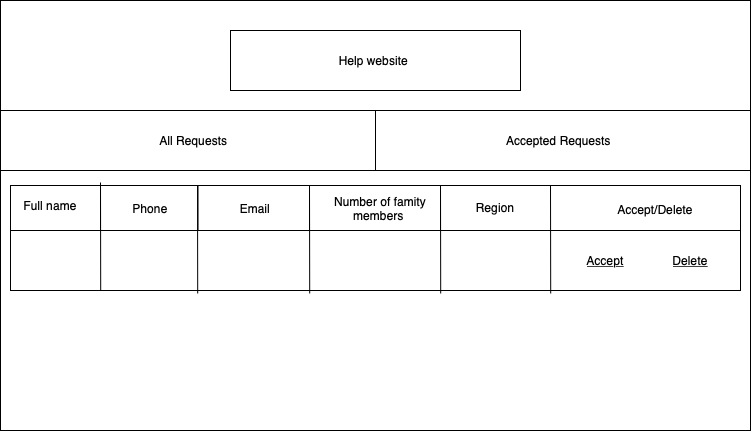
Before: help_website/imgs/all_request_page.png, a diagram exported from draw.io (AmirahAlmani/Help_website). Source tidied: cells renumbered, new cells last; positions are measured from the earlier drawing's top-left corner, leaving out a move shared by most shapes.
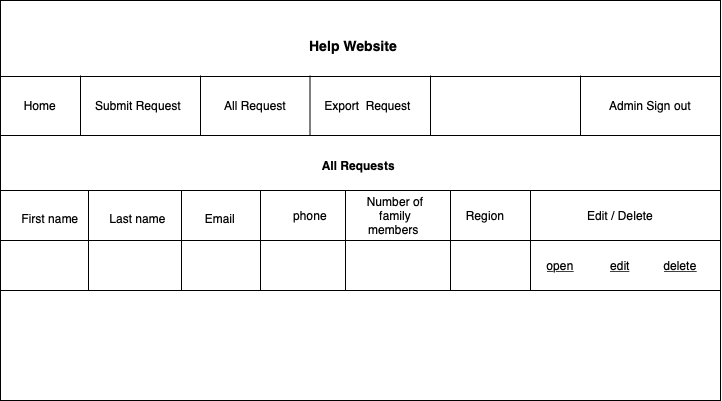
Later version of the same file.

Change to the diagram source:
```diff
@@ -2,109 +2,146 @@
   <root>
     <mxCell id="0" />
     <mxCell id="1" parent="0" />
-    <mxCell id="2" style="rounded=0;whiteSpace=wrap;html=1;" parent="1" vertex="1">
-      <mxGeometry width="750" height="430" as="geometry" />
-    </mxCell>
-    <mxCell id="3" style="rounded=0;whiteSpace=wrap;html=1;" parent="1" vertex="1">
-      <mxGeometry x="10" y="230" width="730" height="60" as="geometry" />
-    </mxCell>
-    <mxCell id="4" style="rounded=0;whiteSpace=wrap;html=1;" parent="1" vertex="1">
-      <mxGeometry x="230" y="30" width="290" height="60" as="geometry" />
-    </mxCell>
-    <mxCell id="5" value="Help website&amp;nbsp;" style="text;html=1;strokeColor=none;fillColor=none;align=center;verticalAlign=middle;whiteSpace=wrap;rounded=0;" parent="1" vertex="1">
-      <mxGeometry x="250" y="50" width="250" height="20" as="geometry" />
-    </mxCell>
-    <mxCell id="6" style="rounded=0;whiteSpace=wrap;html=1;" parent="1" vertex="1">
-      <mxGeometry y="110" width="750" height="60" as="geometry" />
-    </mxCell>
-    <mxCell id="7" style="endArrow=none;html=1;entryX=0.5;entryY=0;entryDx=0;entryDy=0;exitX=0.5;exitY=1;exitDx=0;exitDy=0;" parent="1" edge="1" source="6" target="6">
-      <mxGeometry relative="1" as="geometry" />
-    </mxCell>
-    <mxCell id="8" value="Accepted Requests&amp;nbsp;" style="text;html=1;strokeColor=none;fillColor=none;align=center;verticalAlign=middle;whiteSpace=wrap;rounded=0;" parent="1" vertex="1">
-      <mxGeometry x="480" y="130" width="160" height="20" as="geometry" />
-    </mxCell>
+    <mxCell id="28" style="rounded=0;whiteSpace=wrap;html=1;" parent="1" vertex="1">
+      <mxGeometry x="10" y="10" width="720" height="400" as="geometry" />
+    </mxCell>
+    <mxCell id="29" style="rounded=0;whiteSpace=wrap;html=1;" parent="1" vertex="1">
+      <mxGeometry x="545" y="260" width="50" height="30" as="geometry" />
+    </mxCell>
+    <mxCell id="30" style="endArrow=none;html=1;exitX=0;exitY=0.25;exitDx=0;exitDy=0;entryX=1;entryY=0.25;entryDx=0;entryDy=0;" parent="1" edge="1">
+      <mxGeometry relative="1" as="geometry">
+        <mxPoint x="10" y="86" as="sourcePoint" />
+        <mxPoint x="730" y="86" as="targetPoint" />
+      </mxGeometry>
+    </mxCell>
+    <mxCell id="31" style="endArrow=none;html=1;exitX=0;exitY=0.25;exitDx=0;exitDy=0;entryX=1;entryY=0.25;entryDx=0;entryDy=0;" parent="1" edge="1">
+      <mxGeometry relative="1" as="geometry">
+        <mxPoint x="10" y="145" as="sourcePoint" />
+        <mxPoint x="730" y="145" as="targetPoint" />
+      </mxGeometry>
+    </mxCell>
+    <mxCell id="32" value="&lt;b&gt;&lt;font style=&quot;font-size: 14px&quot;&gt;Help Website&amp;nbsp;&lt;/font&gt;&lt;/b&gt;" style="text;html=1;strokeColor=none;fillColor=none;align=center;verticalAlign=middle;whiteSpace=wrap;rounded=0;" parent="1" vertex="1">
+      <mxGeometry x="230" y="30" width="270" height="50" as="geometry" />
+    </mxCell>
+    <mxCell id="33" style="endArrow=none;html=1;" parent="1" edge="1">
+      <mxGeometry relative="1" as="geometry">
+        <mxPoint x="90" y="145" as="sourcePoint" />
+        <mxPoint x="90" y="85" as="targetPoint" />
+      </mxGeometry>
+    </mxCell>
+    <mxCell id="34" value="Home" style="text;html=1;strokeColor=none;fillColor=none;align=center;verticalAlign=middle;whiteSpace=wrap;rounded=0;" parent="1" vertex="1">
+      <mxGeometry x="10" y="100" width="80" height="30" as="geometry" />
+    </mxCell>
+    <mxCell id="35" style="endArrow=none;html=1;" parent="1" edge="1">
+      <mxGeometry relative="1" as="geometry">
+        <mxPoint x="210" y="145" as="sourcePoint" />
+        <mxPoint x="210" y="85" as="targetPoint" />
+      </mxGeometry>
+    </mxCell>
+    <mxCell id="36" value="Submit Request" style="text;html=1;strokeColor=none;fillColor=none;align=center;verticalAlign=middle;whiteSpace=wrap;rounded=0;" parent="1" vertex="1">
+      <mxGeometry x="92.5" y="100" width="110" height="30" as="geometry" />
+    </mxCell>
+    <mxCell id="37" style="endArrow=none;html=1;" parent="1" edge="1">
+      <mxGeometry relative="1" as="geometry">
+        <mxPoint x="590" y="145" as="sourcePoint" />
+        <mxPoint x="590" y="85" as="targetPoint" />
+      </mxGeometry>
+    </mxCell>
+    <mxCell id="38" value="Admin Sign out" style="text;html=1;strokeColor=none;fillColor=none;align=center;verticalAlign=middle;whiteSpace=wrap;rounded=0;" parent="1" vertex="1">
+      <mxGeometry x="600" y="100" width="120" height="30" as="geometry" />
+    </mxCell>
+    <mxCell id="39" style="rounded=0;whiteSpace=wrap;html=1;" parent="1" vertex="1">
+      <mxGeometry x="10" y="200" width="720" height="50" as="geometry" />
+    </mxCell>
+    <mxCell id="40" style="rounded=0;whiteSpace=wrap;html=1;" parent="1" vertex="1">
+      <mxGeometry x="10" y="250" width="720" height="50" as="geometry" />
+    </mxCell>
+    <mxCell id="41" style="endArrow=none;html=1;entryX=0.25;entryY=0;entryDx=0;entryDy=0;exitX=0.25;exitY=1;exitDx=0;exitDy=0;" parent="1" edge="1">
+      <mxGeometry relative="1" as="geometry">
+        <mxPoint x="98" y="300" as="sourcePoint" />
+        <mxPoint x="98" y="200" as="targetPoint" />
+      </mxGeometry>
+    </mxCell>
+    <mxCell id="42" style="endArrow=none;html=1;entryX=0.25;entryY=0;entryDx=0;entryDy=0;exitX=0.25;exitY=1;exitDx=0;exitDy=0;" parent="1" edge="1">
+      <mxGeometry relative="1" as="geometry">
+        <mxPoint x="191" y="300" as="sourcePoint" />
+        <mxPoint x="191" y="200" as="targetPoint" />
+      </mxGeometry>
+    </mxCell>
+    <mxCell id="43" style="endArrow=none;html=1;entryX=0.25;entryY=0;entryDx=0;entryDy=0;exitX=0.25;exitY=1;exitDx=0;exitDy=0;" parent="1" edge="1">
+      <mxGeometry relative="1" as="geometry">
+        <mxPoint x="270" y="300" as="sourcePoint" />
+        <mxPoint x="270" y="200" as="targetPoint" />
+      </mxGeometry>
+    </mxCell>
+    <mxCell id="44" style="endArrow=none;html=1;entryX=0.25;entryY=0;entryDx=0;entryDy=0;exitX=0.25;exitY=1;exitDx=0;exitDy=0;" parent="1" edge="1">
+      <mxGeometry relative="1" as="geometry">
+        <mxPoint x="355" y="300" as="sourcePoint" />
+        <mxPoint x="355" y="200" as="targetPoint" />
+      </mxGeometry>
+    </mxCell>
+    <mxCell id="45" value="First name" style="text;html=1;strokeColor=none;fillColor=none;align=center;verticalAlign=middle;whiteSpace=wrap;rounded=0;" parent="1" vertex="1">
+      <mxGeometry x="20" y="215" width="80" height="25" as="geometry" />
+    </mxCell>
+    <mxCell id="46" value="Last name" style="text;html=1;strokeColor=none;fillColor=none;align=center;verticalAlign=middle;whiteSpace=wrap;rounded=0;" parent="1" vertex="1">
+      <mxGeometry x="100" y="212.5" width="95" height="30" as="geometry" />
+    </mxCell>
+    <mxCell id="16" value="Email" style="text;html=1;strokeColor=none;fillColor=none;align=center;verticalAlign=middle;whiteSpace=wrap;rounded=0;" parent="1" vertex="1">
+      <mxGeometry x="200" y="215" width="60" height="25" as="geometry" />
+    </mxCell>
+    <mxCell id="47" value="phone" style="text;html=1;strokeColor=none;fillColor=none;align=center;verticalAlign=middle;whiteSpace=wrap;rounded=0;" parent="1" vertex="1">
+      <mxGeometry x="285" y="210" width="70" height="30" as="geometry" />
+    </mxCell>
+    <mxCell id="48" style="endArrow=none;html=1;entryX=0.25;entryY=0;entryDx=0;entryDy=0;exitX=0.25;exitY=1;exitDx=0;exitDy=0;" parent="1" edge="1">
+      <mxGeometry relative="1" as="geometry">
+        <mxPoint x="460" y="300" as="sourcePoint" />
+        <mxPoint x="460" y="200" as="targetPoint" />
+      </mxGeometry>
+    </mxCell>
+    <mxCell id="49" value="Number of family members&amp;nbsp;" style="text;html=1;strokeColor=none;fillColor=none;align=center;verticalAlign=middle;whiteSpace=wrap;rounded=0;" parent="1" vertex="1">
+      <mxGeometry x="360" y="210" width="90" height="30" as="geometry" />
+    </mxCell>
+    <mxCell id="50" style="endArrow=none;html=1;entryX=0.25;entryY=0;entryDx=0;entryDy=0;exitX=0.25;exitY=1;exitDx=0;exitDy=0;" parent="1" edge="1">
+      <mxGeometry relative="1" as="geometry">
+        <mxPoint x="540" y="300" as="sourcePoint" />
+        <mxPoint x="540" y="200" as="targetPoint" />
+      </mxGeometry>
+    </mxCell>
+    <mxCell id="20" value="Region" style="text;html=1;strokeColor=none;fillColor=none;align=center;verticalAlign=middle;whiteSpace=wrap;rounded=0;" parent="1" vertex="1">
+      <mxGeometry x="460" y="210" width="70" height="30" as="geometry" />
+    </mxCell>
+    <mxCell id="51" value="Edit / Delete" style="text;html=1;strokeColor=none;fillColor=none;align=center;verticalAlign=middle;whiteSpace=wrap;rounded=0;" parent="1" vertex="1">
+      <mxGeometry x="570" y="210" width="120" height="30" as="geometry" />
+    </mxCell>
+    <mxCell id="52" value="&lt;u&gt;open&lt;/u&gt;" style="text;html=1;strokeColor=none;fillColor=none;align=center;verticalAlign=middle;whiteSpace=wrap;rounded=0;" parent="1" vertex="1">
+      <mxGeometry x="550" y="265" width="40" height="20" as="geometry" />
+    </mxCell>
+    <mxCell id="53" value="&lt;u&gt;edit&lt;/u&gt;" style="text;html=1;strokeColor=none;fillColor=none;align=center;verticalAlign=middle;whiteSpace=wrap;rounded=0;" parent="1" vertex="1">
+      <mxGeometry x="610" y="265" width="40" height="20" as="geometry" />
+    </mxCell>
+    <mxCell id="54" value="&lt;u&gt;delete&lt;/u&gt;" style="text;html=1;strokeColor=none;fillColor=none;align=center;verticalAlign=middle;whiteSpace=wrap;rounded=0;" parent="1" vertex="1">
+      <mxGeometry x="670" y="265" width="40" height="20" as="geometry" />
+    </mxCell>
+    <mxCell id="55" style="endArrow=none;html=1;" parent="1" edge="1">
+      <mxGeometry relative="1" as="geometry">
+        <mxPoint x="319.5" y="145" as="sourcePoint" />
+        <mxPoint x="319.5" y="85" as="targetPoint" />
+      </mxGeometry>
+    </mxCell>
+    <mxCell id="56" style="endArrow=none;html=1;" parent="1" edge="1">
+      <mxGeometry relative="1" as="geometry">
+        <mxPoint x="440" y="145" as="sourcePoint" />
+        <mxPoint x="440" y="85" as="targetPoint" />
+      </mxGeometry>
+    </mxCell>
+    <mxCell id="57" value="All Request" style="text;html=1;strokeColor=none;fillColor=none;align=center;verticalAlign=middle;whiteSpace=wrap;rounded=0;" parent="1" vertex="1">
+      <mxGeometry x="230" y="100" width="70" height="30" as="geometry" />
+    </mxCell>
+    <mxCell id="58" value="Export &amp;nbsp;Request" style="text;html=1;strokeColor=none;fillColor=none;align=center;verticalAlign=middle;whiteSpace=wrap;rounded=0;" parent="1" vertex="1">
+      <mxGeometry x="330" y="100" width="95" height="30" as="geometry" />
+    </mxCell>
-    <mxCell id="9" value="All Requests&amp;nbsp;" style="text;html=1;strokeColor=none;fillColor=none;align=center;verticalAlign=middle;whiteSpace=wrap;rounded=0;" parent="1" vertex="1">
-      <mxGeometry x="80" y="130" width="230" height="20" as="geometry" />
+    <mxCell id="9" value="&lt;b&gt;All Requests&amp;nbsp;&lt;/b&gt;" style="text;html=1;strokeColor=none;fillColor=none;align=center;verticalAlign=middle;whiteSpace=wrap;rounded=0;" parent="1" vertex="1">
+      <mxGeometry x="265" y="160" width="210" height="30" as="geometry" />
     </mxCell>
-    <mxCell id="10" style="rounded=0;whiteSpace=wrap;html=1;" parent="1" vertex="1">
-      <mxGeometry x="10" y="185" width="730" height="45" as="geometry" />
-    </mxCell>
-    <mxCell id="11" value="Full name" style="text;html=1;strokeColor=none;fillColor=none;align=center;verticalAlign=middle;whiteSpace=wrap;rounded=0;" parent="1" vertex="1">
-      <mxGeometry x="20" y="190" width="60" height="30" as="geometry" />
-    </mxCell>
-    <mxCell id="12" style="endArrow=none;html=1;exitX=0.25;exitY=1;exitDx=0;exitDy=0;entryX=0.25;entryY=0;entryDx=0;entryDy=0;" parent="1" edge="1">
-      <mxGeometry relative="1" as="geometry">
-        <mxPoint x="197.5" y="230" as="sourcePoint" />
-        <mxPoint x="197.5" y="185" as="targetPoint" />
-      </mxGeometry>
-    </mxCell>
-    <mxCell id="13" style="endArrow=none;html=1;exitX=0.25;exitY=1;exitDx=0;exitDy=0;entryX=0.25;entryY=0;entryDx=0;entryDy=0;" parent="1" edge="1">
-      <mxGeometry relative="1" as="geometry">
-        <mxPoint x="100" y="230" as="sourcePoint" />
-        <mxPoint x="100" y="185" as="targetPoint" />
-      </mxGeometry>
-    </mxCell>
-    <mxCell id="14" value="Phone" style="text;html=1;strokeColor=none;fillColor=none;align=center;verticalAlign=middle;whiteSpace=wrap;rounded=0;" parent="1" vertex="1">
-      <mxGeometry x="120" y="195" width="60" height="25" as="geometry" />
-    </mxCell>
-    <mxCell id="15" style="endArrow=none;html=1;exitX=0.25;exitY=1;exitDx=0;exitDy=0;entryX=0.25;entryY=0;entryDx=0;entryDy=0;" parent="1" edge="1">
-      <mxGeometry relative="1" as="geometry">
-        <mxPoint x="309" y="230" as="sourcePoint" />
-        <mxPoint x="309" y="185" as="targetPoint" />
-      </mxGeometry>
-    </mxCell>
-    <mxCell id="16" value="Email" style="text;html=1;strokeColor=none;fillColor=none;align=center;verticalAlign=middle;whiteSpace=wrap;rounded=0;" parent="1" vertex="1">
-      <mxGeometry x="210" y="192.5" width="90" height="30" as="geometry" />
-    </mxCell>
-    <mxCell id="17" style="endArrow=none;html=1;exitX=0.25;exitY=1;exitDx=0;exitDy=0;entryX=0.25;entryY=0;entryDx=0;entryDy=0;" parent="1" edge="1">
-      <mxGeometry relative="1" as="geometry">
-        <mxPoint x="440" y="230" as="sourcePoint" />
-        <mxPoint x="440" y="185" as="targetPoint" />
-      </mxGeometry>
-    </mxCell>
-    <mxCell id="18" value="Number of famity members&amp;nbsp;" style="text;html=1;strokeColor=none;fillColor=none;align=center;verticalAlign=middle;whiteSpace=wrap;rounded=0;" parent="1" vertex="1">
-      <mxGeometry x="330" y="192.5" width="100" height="30" as="geometry" />
-    </mxCell>
-    <mxCell id="19" style="endArrow=none;html=1;exitX=0.74;exitY=1.05;exitDx=0;exitDy=0;entryX=0.25;entryY=0;entryDx=0;entryDy=0;exitPerimeter=0;" parent="1" edge="1" source="3">
-      <mxGeometry relative="1" as="geometry">
-        <mxPoint x="550" y="185" as="targetPoint" />
-      </mxGeometry>
-    </mxCell>
-    <mxCell id="20" value="Region" style="text;html=1;strokeColor=none;fillColor=none;align=center;verticalAlign=middle;whiteSpace=wrap;rounded=0;" parent="1" vertex="1">
-      <mxGeometry x="450" y="193" width="90" height="27" as="geometry" />
-    </mxCell>
-    <mxCell id="21" value="Accept/Delete" style="text;html=1;strokeColor=none;fillColor=none;align=center;verticalAlign=middle;whiteSpace=wrap;rounded=0;" parent="1" vertex="1">
-      <mxGeometry x="610" y="198" width="90" height="22" as="geometry" />
-    </mxCell>
-    <mxCell id="22" style="endArrow=none;html=1;exitX=0.74;exitY=1.05;exitDx=0;exitDy=0;entryX=0.25;entryY=0;entryDx=0;entryDy=0;exitPerimeter=0;" parent="1" edge="1">
-      <mxGeometry relative="1" as="geometry">
-        <mxPoint x="440.2" y="293" as="sourcePoint" />
-        <mxPoint x="440" y="185" as="targetPoint" />
-      </mxGeometry>
-    </mxCell>
-    <mxCell id="23" style="endArrow=none;html=1;exitX=0.74;exitY=1.05;exitDx=0;exitDy=0;entryX=0.25;entryY=0;entryDx=0;entryDy=0;exitPerimeter=0;" parent="1" edge="1">
-      <mxGeometry relative="1" as="geometry">
-        <mxPoint x="309.2" y="293" as="sourcePoint" />
-        <mxPoint x="309" y="185" as="targetPoint" />
-      </mxGeometry>
-    </mxCell>
-    <mxCell id="24" style="endArrow=none;html=1;exitX=0.74;exitY=1.05;exitDx=0;exitDy=0;entryX=0.25;entryY=0;entryDx=0;entryDy=0;exitPerimeter=0;" parent="1" edge="1">
-      <mxGeometry relative="1" as="geometry">
-        <mxPoint x="197.2" y="293" as="sourcePoint" />
-        <mxPoint x="197" y="185" as="targetPoint" />
-      </mxGeometry>
-    </mxCell>
-    <mxCell id="25" style="endArrow=none;html=1;exitX=0.74;exitY=1.05;exitDx=0;exitDy=0;entryX=0.25;entryY=0;entryDx=0;entryDy=0;exitPerimeter=0;" parent="1" edge="1">
-      <mxGeometry relative="1" as="geometry">
-        <mxPoint x="100.2" y="290" as="sourcePoint" />
-        <mxPoint x="100" y="182" as="targetPoint" />
-      </mxGeometry>
-    </mxCell>
-    <mxCell id="26" value="&lt;u&gt;Accept&lt;/u&gt;" style="text;html=1;strokeColor=none;fillColor=none;align=center;verticalAlign=middle;whiteSpace=wrap;rounded=0;" parent="1" vertex="1">
-      <mxGeometry x="580" y="250" width="50" height="20" as="geometry" />
-    </mxCell>
-    <mxCell id="27" value="&lt;u&gt;Delete&lt;/u&gt;" style="text;html=1;strokeColor=none;fillColor=none;align=center;verticalAlign=middle;whiteSpace=wrap;rounded=0;" parent="1" vertex="1">
-      <mxGeometry x="670" y="250" width="40" height="20" as="geometry" />
-    </mxCell>
   </root>
 </mxGraphModel>
```
